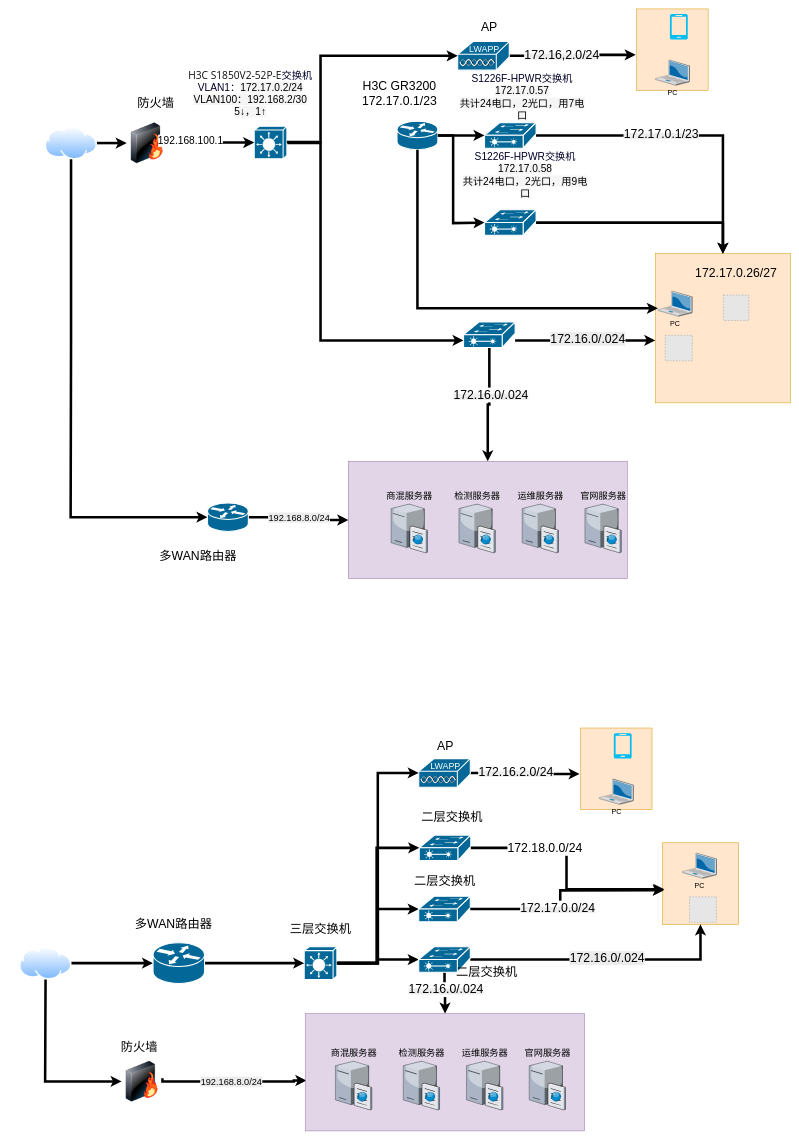
Before: 未命名绘图.drawio in NewStart2019/cardiac-segmentation, a draw.io diagram. Source tidied: cells renumbered, new cells numbered last; positions are measured from the earlier drawing's top-left corner, leaving out a move shared by most shapes. Both pictures are drawn from the tidied source at 51%, with x=0, y=0 at pixel (19, 9). Pictures stored in the file or linked from it are replaced by grey dashed boxes.
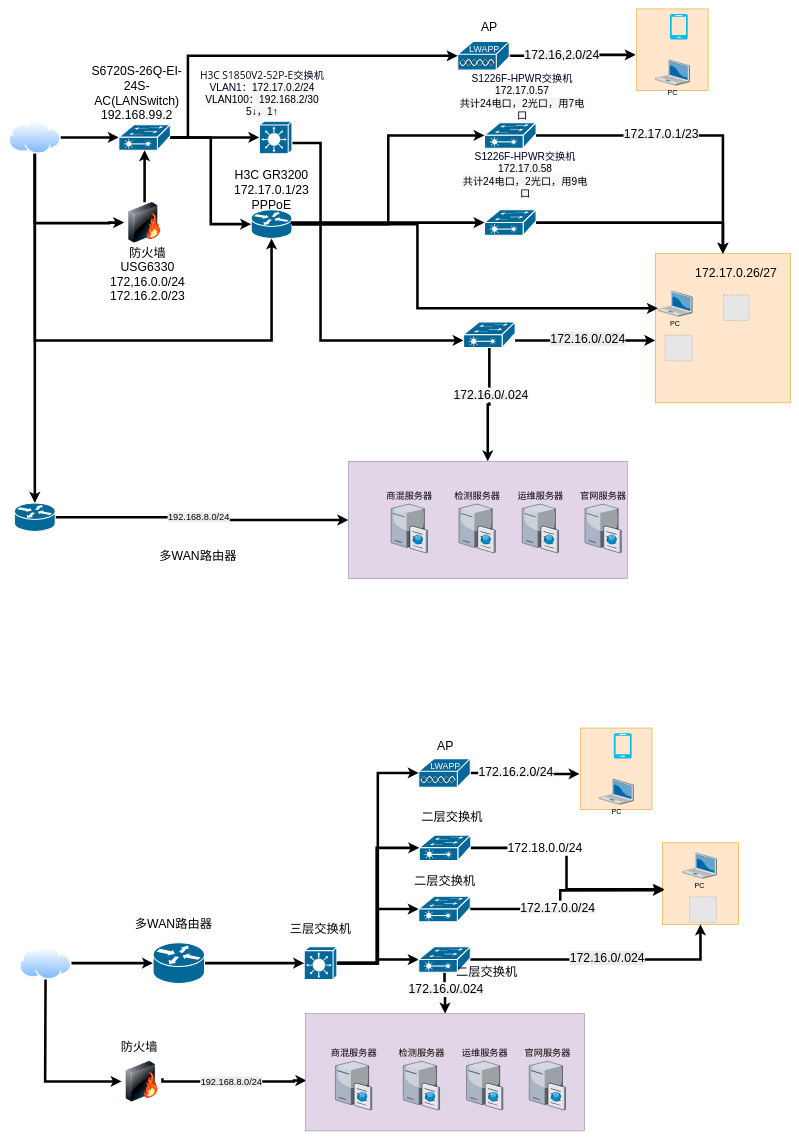
Above is the later version.

Commit message:
未命名绘图.drawio

Unchanged cells that the change refers to:
```xml
<mxCell id="34" style="sketch=0;html=1;dashed=0;fillColor=#036897;strokeColor=#ffffff;strokeWidth=2;verticalLabelPosition=bottom;verticalAlign=top;align=center;outlineConnect=0;shape=mxgraph.cisco.misc.lightweight_ap;" parent="1" vertex="1">
  <mxGeometry x="859" y="64" width="101" height="56" as="geometry" />
</mxCell>
<mxCell id="90" style="strokeColor=#ffffff;sketch=0;html=1;dashed=0;fillColor=#036897;strokeWidth=2;verticalLabelPosition=bottom;verticalAlign=top;align=center;outlineConnect=0;shape=mxgraph.cisco.switches.layer_2_remote_switch;" parent="1" vertex="1">
  <mxGeometry x="911.6" y="394" width="101" height="50" as="geometry" />
</mxCell>
```

Diff of the diagram source:
```diff
@@
     <mxCell id="2" style="edgeStyle=orthogonalEdgeStyle;rounded=0;jettySize=auto;html=1;strokeWidth=5;exitX=0.5;exitY=1;exitDx=0;exitDy=0;" parent="1" edge="1" source="3" target="27">
       <mxGeometry relative="1" as="geometry">
         <Array as="points">
-          <mxPoint x="100.9" y="649" />
-          <mxPoint x="100" y="779.6" />
+          <mxPoint x="30" y="730" />
+          <mxPoint x="30" y="730" />
         </Array>
       </mxGeometry>
     </mxCell>
+    <mxCell id="96" style="edgeStyle=orthogonalEdgeStyle;rounded=0;jettySize=auto;html=1;entryX=0;entryY=0.5;entryDx=0;entryDy=0;strokeWidth=5;" parent="1" edge="1" source="3" target="9">
+      <mxGeometry relative="1" as="geometry">
+        <Array as="points">
+          <mxPoint x="29.8" y="420" />
+          <mxPoint x="175.3" y="420" />
+        </Array>
+      </mxGeometry>
+    </mxCell>
+    <mxCell id="97" style="edgeStyle=orthogonalEdgeStyle;rounded=0;jettySize=auto;html=1;exitX=0.5;exitY=1;exitDx=0;exitDy=0;strokeWidth=5;" parent="1" edge="1" source="3" target="85">
+      <mxGeometry relative="1" as="geometry">
+        <Array as="points">
+          <mxPoint x="29.9" y="650" />
+          <mxPoint x="494" y="650" />
+        </Array>
+      </mxGeometry>
+    </mxCell>
     <mxCell id="3" style="perimeter=ellipsePerimeter;html=1;align=center;shadow=0;dashed=0;spacingTop=3;image;image=img/lib/active_directory/internet_cloud.svg;fontSize=18;" parent="1" vertex="1">
-      <mxGeometry x="50" y="231" width="101.6" height="64" as="geometry" />
+      <mxGeometry x="-21" y="220" width="101.6" height="64" as="geometry" />
     </mxCell>
@@
-    <mxCell id="6" style="edgeStyle=orthogonalEdgeStyle;rounded=0;jettySize=auto;html=1;strokeWidth=5;entryX=0;entryY=0.5;entryDx=0;entryDy=0;" parent="1" edge="1" source="3" target="9">
+    <mxCell id="6" style="edgeStyle=orthogonalEdgeStyle;rounded=0;jettySize=auto;html=1;strokeWidth=5;entryX=0;entryY=0.5;entryDx=0;entryDy=0;entryPerimeter=0;" parent="1" edge="1" source="3" target="98">
       <mxGeometry relative="1" as="geometry" />
     </mxCell>
-    <mxCell id="7" value="&lt;span style=&quot;font-size: 24px;&quot;&gt;防火墙&lt;/span&gt;" style="text;html=1;whiteSpace=wrap;strokeColor=none;fillColor=none;align=center;verticalAlign=middle;rounded=0;" parent="1" vertex="1">
-      <mxGeometry x="222.1" y="170" width="90" height="30" as="geometry" />
+    <mxCell id="7" value="&lt;span style=&quot;font-size: 24px;&quot;&gt;防火墙USG6330&lt;br&gt;172,16.0.0/24&lt;br&gt;172.16.2.0/23&lt;/span&gt;" style="text;html=1;whiteSpace=wrap;strokeColor=none;fillColor=none;align=center;verticalAlign=middle;rounded=0;" parent="1" vertex="1">
+      <mxGeometry x="205.5" y="481" width="90" height="80" as="geometry" />
     </mxCell>
@@
     <mxCell id="9" style="image;html=1;image=img/lib/clip_art/networking/Firewall-page1_128x128.png;" parent="1" vertex="1">
-      <mxGeometry x="210" y="223" width="80" height="80" as="geometry" />
+      <mxGeometry x="205" y="379" width="80" height="80" as="geometry" />
     </mxCell>
@@
     <mxCell id="11" style="strokeColor=#ffffff;sketch=0;html=1;dashed=0;fillColor=#036897;strokeWidth=2;verticalLabelPosition=bottom;verticalAlign=top;align=center;outlineConnect=0;shape=mxgraph.cisco.switches.layer_3_switch;" parent="1" vertex="1">
-      <mxGeometry x="460" y="230" width="64" height="64" as="geometry" />
+      <mxGeometry x="470" y="220" width="64" height="64" as="geometry" />
     </mxCell>
@@
-    <mxCell id="18" style="edgeStyle=orthogonalEdgeStyle;rounded=0;jettySize=auto;html=1;entryX=0;entryY=0.5;entryDx=0;entryDy=0;entryPerimeter=0;strokeWidth=5;" parent="1" edge="1" source="9" target="11">
+    <mxCell id="18" style="edgeStyle=orthogonalEdgeStyle;rounded=0;jettySize=auto;html=1;entryX=0;entryY=0.5;entryDx=0;entryDy=0;entryPerimeter=0;strokeWidth=5;exitX=1;exitY=0.5;exitDx=0;exitDy=0;exitPerimeter=0;" parent="1" edge="1" source="98" target="11">
       <mxGeometry relative="1" as="geometry" />
     </mxCell>
-    <mxCell id="19" value="&lt;font style=&quot;font-size: 20px;&quot;&gt;192.168.100.1&lt;/font&gt;" style="edgeLabel;html=1;align=center;verticalAlign=middle;" parent="18" vertex="1">
-      <mxGeometry x="-0.48" y="6" relative="1" as="geometry" />
-    </mxCell>
@@
     <mxCell id="27" style="strokeColor=#ffffff;sketch=0;html=1;dashed=0;fillColor=#036897;strokeWidth=2;verticalLabelPosition=bottom;verticalAlign=top;align=center;outlineConnect=0;shape=mxgraph.cisco.routers.router;" parent="1" vertex="1">
-      <mxGeometry x="368.4" y="968.6" width="80" height="56" as="geometry" />
+      <mxGeometry x="-10.2" y="968.6" width="80" height="56" as="geometry" />
     </mxCell>
@@
-    <mxCell id="35" style="edgeStyle=orthogonalEdgeStyle;rounded=0;jettySize=auto;html=1;entryX=0;entryY=0.5;entryDx=0;entryDy=0;entryPerimeter=0;strokeWidth=5;" parent="1" edge="1" source="11" target="34">
+    <mxCell id="35" style="edgeStyle=orthogonalEdgeStyle;rounded=0;jettySize=auto;html=1;entryX=0;entryY=0.5;entryDx=0;entryDy=0;entryPerimeter=0;strokeWidth=5;exitX=1;exitY=0.5;exitDx=0;exitDy=0;exitPerimeter=0;" parent="1" edge="1" source="98" target="34">
       <mxGeometry relative="1" as="geometry">
         <Array as="points">
-          <mxPoint x="590" y="261" />
-          <mxPoint x="590" y="92" />
+          <mxPoint x="330" y="252" />
+          <mxPoint x="330" y="92" />
         </Array>
       </mxGeometry>
     </mxCell>
@@
     <mxCell id="85" style="strokeColor=#ffffff;sketch=0;html=1;dashed=0;fillColor=#036897;strokeWidth=2;verticalLabelPosition=bottom;verticalAlign=top;align=center;outlineConnect=0;shape=mxgraph.cisco.routers.router;" parent="1" vertex="1">
-      <mxGeometry x="740" y="220" width="80" height="56" as="geometry" />
+      <mxGeometry x="454" y="394" width="80" height="56" as="geometry" />
     </mxCell>
@@
-    <mxCell id="87" value="&lt;font style=&quot;font-size: 24px;&quot;&gt;H3C GR3200&lt;br&gt;172.17.0.1/23&lt;/font&gt;" style="text;html=1;whiteSpace=wrap;strokeColor=none;fillColor=none;align=center;verticalAlign=middle;rounded=0;" parent="1" vertex="1">
-      <mxGeometry x="650" y="150" width="190" height="30" as="geometry" />
+    <mxCell id="87" value="&lt;font style=&quot;font-size: 24px;&quot;&gt;H3C GR3200&lt;br&gt;172.17.0.1/23&lt;br&gt;PPPoE&lt;/font&gt;" style="text;html=1;whiteSpace=wrap;strokeColor=none;fillColor=none;align=center;verticalAlign=middle;rounded=0;" parent="1" vertex="1">
+      <mxGeometry x="399" y="315" width="190" height="80" as="geometry" />
     </mxCell>
@@
-    <mxCell id="92" style="edgeStyle=orthogonalEdgeStyle;rounded=0;jettySize=auto;html=1;strokeWidth=5;entryX=0;entryY=0.5;entryDx=0;entryDy=0;entryPerimeter=0;" parent="1" edge="1" source="85" target="90">
+    <mxCell id="92" style="edgeStyle=orthogonalEdgeStyle;rounded=0;jettySize=auto;html=1;strokeWidth=5;entryX=0;entryY=0.5;entryDx=0;entryDy=0;entryPerimeter=0;exitX=1;exitY=0.5;exitDx=0;exitDy=0;exitPerimeter=0;" parent="1" edge="1" source="85" target="90">
       <mxGeometry relative="1" as="geometry">
         <Array as="points">
-          <mxPoint x="850" y="248" />
-          <mxPoint x="850" y="420" />
-          <mxPoint x="911.6" y="420" />
+          <mxPoint x="534.1" y="418.9" />
         </Array>
       </mxGeometry>
     </mxCell>
@@
     <mxCell id="94" value="&lt;font style=&quot;&quot;&gt;&lt;span&gt;&lt;span style=&quot;color: rgb(13, 13, 13); font-family: &amp;quot;Microsoft YaHei&amp;quot;, &amp;quot;Segoe UI&amp;quot;, system-ui, Roboto, &amp;quot;Noto Sans SC&amp;quot;, &amp;quot;Helvetica Neue&amp;quot;, Arial, sans-serif; text-align: start; white-space: pre-line;&quot;&gt;&lt;font style=&quot;font-size: 20px;&quot;&gt;H3C S1850V2-52P-E&lt;/font&gt;&lt;/span&gt;&lt;span style=&quot;font-size: 20px; font-family: 微软雅黑, HPRegular; text-align: left;&quot;&gt;&lt;font&gt;交换机VLAN1：&lt;/font&gt;&lt;/span&gt;&lt;/span&gt;&lt;span style=&quot;font-size: 20px; color: rgb(0, 0, 0); font-family: &amp;quot;Trebuchet MS&amp;quot;, Arial, Helvetica, Verdana, &amp;quot;sans-serif&amp;quot;; text-align: left; background-color: rgb(245, 245, 245);&quot;&gt;&lt;font style=&quot;&quot;&gt;172.17.0.2/24&lt;br&gt;VLAN100：192.168.2/30&lt;br&gt;&lt;/font&gt;5&lt;b&gt;↓&lt;/b&gt;，1↑&lt;/span&gt;&lt;/font&gt;&lt;span style=&quot;font-family: 微软雅黑, HPRegular; font-size: 20px; text-align: left;&quot;&gt;&lt;/span&gt;" style="text;html=1;whiteSpace=wrap;strokeColor=none;fillColor=none;align=center;verticalAlign=middle;rounded=0;fontColor=light-dark(#000027, #ffdada);" parent="1" vertex="1">
-      <mxGeometry x="320" y="150" width="265" height="30" as="geometry" />
+      <mxGeometry x="343" y="150" width="265" height="30" as="geometry" />
     </mxCell>
@@
+    <mxCell id="98" style="strokeColor=#ffffff;sketch=0;html=1;dashed=0;fillColor=#036897;strokeWidth=2;verticalLabelPosition=bottom;verticalAlign=top;align=center;outlineConnect=0;shape=mxgraph.cisco.switches.layer_2_remote_switch;" parent="1" vertex="1">
+      <mxGeometry x="194.5" y="227" width="101" height="50" as="geometry" />
+    </mxCell>
+    <mxCell id="99" value="&lt;span style=&quot;font-size: 24px;&quot;&gt;S6720S-26Q-EI-24S-AC(LANSwitch)&lt;/span&gt;&lt;br&gt;&lt;span style=&quot;font-size: 24px;&quot;&gt;192.168.99.2&lt;/span&gt;" style="text;html=1;whiteSpace=wrap;strokeColor=none;fillColor=none;align=center;verticalAlign=middle;rounded=0;" parent="1" vertex="1">
+      <mxGeometry x="140" y="110" width="180" height="110" as="geometry" />
+    </mxCell>
+    <mxCell id="100" style="edgeStyle=orthogonalEdgeStyle;rounded=0;jettySize=auto;html=1;entryX=0.5;entryY=1;entryDx=0;entryDy=0;entryPerimeter=0;strokeWidth=5;" parent="1" edge="1" source="9" target="98">
+      <mxGeometry relative="1" as="geometry" />
+    </mxCell>
+    <mxCell id="101" style="edgeStyle=orthogonalEdgeStyle;rounded=0;jettySize=auto;html=1;entryX=0;entryY=0.5;entryDx=0;entryDy=0;entryPerimeter=0;strokeWidth=5;" parent="1" edge="1" source="98" target="85">
+      <mxGeometry relative="1" as="geometry" />
+    </mxCell>
```
